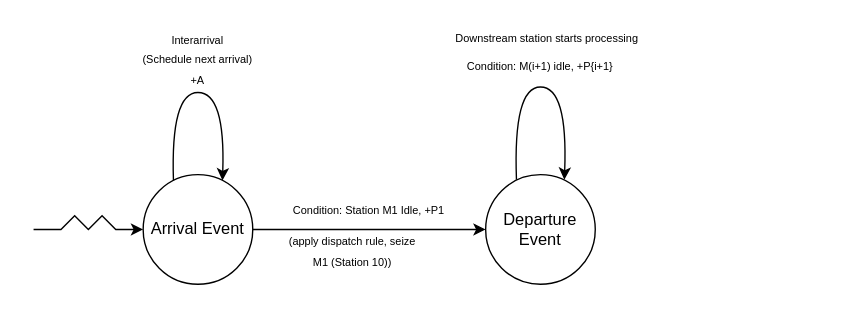
The draw.io diagram page "event graph" (3 of 3) of MIC.drawio in Chaiyachet211311/MIC-1CV50, before the edit. Source tidied: cells renumbered, new cells numbered last; positions are measured from the earlier drawing's top-left corner, leaving out a move shared by most shapes. Both pictures are drawn from the tidied source at 137%, with x=0, y=0 at pixel (33, 23).
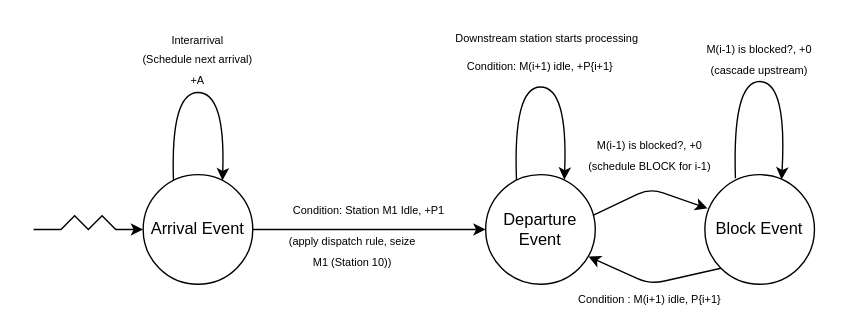
After the change.

The change refers to these unchanged cells:
```xml
<mxCell id="3" value="Departure Event" style="ellipse;whiteSpace=wrap;html=1;" parent="1" vertex="1">
  <mxGeometry x="330" y="110" width="80" height="80" as="geometry" />
</mxCell>
```

What changed in the source:
```diff
@@
+    <mxCell id="13" style="edgeStyle=none;rounded=1;jettySize=auto;html=1;exitX=0;exitY=1;exitDx=0;exitDy=0;entryX=0.938;entryY=0.746;entryDx=0;entryDy=0;curved=0;entryPerimeter=0;" parent="1" edge="1" source="14" target="3">
+      <mxGeometry relative="1" as="geometry">
+        <Array as="points">
+          <mxPoint x="450" y="190" />
+        </Array>
+      </mxGeometry>
+    </mxCell>
+    <mxCell id="14" value="Block Event" style="ellipse;whiteSpace=wrap;html=1;" parent="1" vertex="1">
+      <mxGeometry x="490" y="110" width="80" height="80" as="geometry" />
+    </mxCell>
+    <mxCell id="15" style="endArrow=classic;html=1;rounded=1;curved=0;exitX=0.979;exitY=0.371;exitDx=0;exitDy=0;entryX=0.025;entryY=0.308;entryDx=0;entryDy=0;exitPerimeter=0;entryPerimeter=0;" parent="1" edge="1" source="3" target="14">
+      <mxGeometry relative="1" as="geometry">
+        <Array as="points">
+          <mxPoint x="450" y="120" />
+        </Array>
+      </mxGeometry>
+    </mxCell>
+    <mxCell id="16" style="curved=1;endArrow=classic;html=1;rounded=0;entryX=0.7;entryY=0.045;entryDx=0;entryDy=0;exitX=0.279;exitY=0.033;exitDx=0;exitDy=0;exitPerimeter=0;entryPerimeter=0;" parent="1" edge="1" source="14" target="14">
+      <mxGeometry relative="1" as="geometry">
+        <Array as="points">
+          <mxPoint x="510" y="42" />
+          <mxPoint x="550" y="42" />
+        </Array>
+      </mxGeometry>
+    </mxCell>
+    <mxCell id="17" value="&lt;font style=&quot;font-size: 8px;&quot;&gt;M(i-1) is blocked?, +0&lt;/font&gt;&lt;div&gt;&lt;font style=&quot;font-size: 8px;&quot;&gt;(schedule BLOCK for i-1)&lt;/font&gt;&lt;/div&gt;" style="text;html=1;whiteSpace=wrap;strokeColor=none;fillColor=none;align=center;verticalAlign=middle;rounded=0;" parent="1" vertex="1">
+      <mxGeometry x="400" y="90" width="100" height="10" as="geometry" />
+    </mxCell>
+    <mxCell id="18" value="&lt;font style=&quot;font-size: 8px;&quot;&gt;Condition : M(i+1) idle, P{i+1}&lt;/font&gt;" style="text;html=1;whiteSpace=wrap;strokeColor=none;fillColor=none;align=center;verticalAlign=middle;rounded=0;" parent="1" vertex="1">
+      <mxGeometry x="395" y="190" width="110" height="20" as="geometry" />
+    </mxCell>
+    <mxCell id="19" value="&lt;font style=&quot;font-size: 8px;&quot;&gt;M(i-1) is blocked?, +0&lt;/font&gt;&lt;div&gt;&lt;font style=&quot;font-size: 8px;&quot;&gt;(cascade upstream)&lt;/font&gt;&lt;/div&gt;" style="text;html=1;whiteSpace=wrap;strokeColor=none;fillColor=none;align=center;verticalAlign=middle;rounded=0;" parent="1" vertex="1">
+      <mxGeometry x="470" y="17.5" width="120" height="15" as="geometry" />
+    </mxCell>
```
